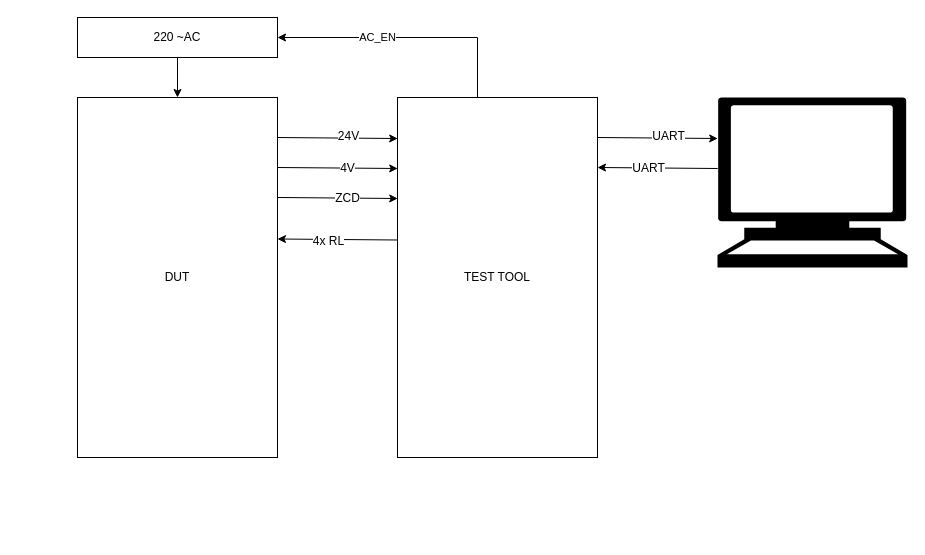
Above: Auto_test.drawio in anhvanthe/01_my_drawio (draw.io), before the change. Source tidied: cells renumbered, new cells numbered last; positions are measured from the earlier drawing's top-left corner, leaving out a move shared by most shapes. Both pictures are drawn from the tidied source at 100%, with x=0, y=0 at pixel (77, 17).
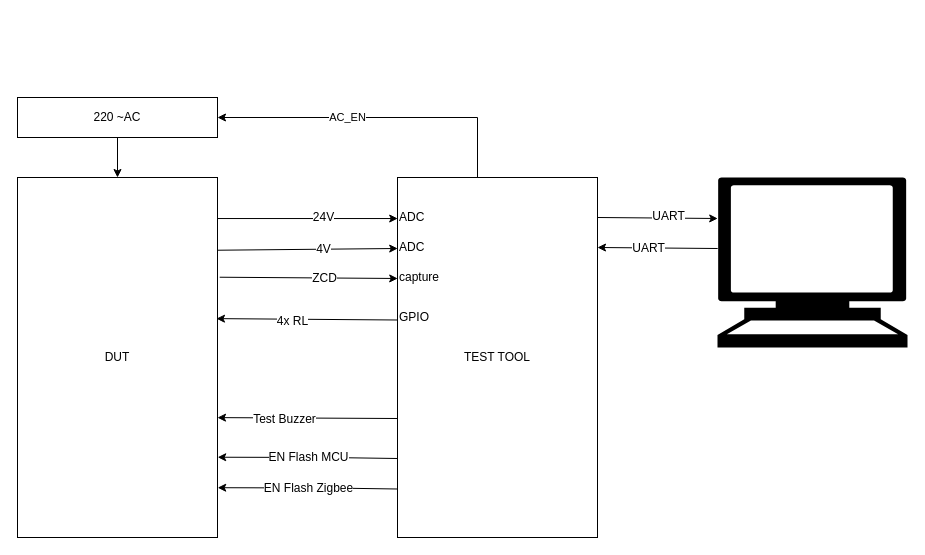
Above is the later version.

Change to the diagram source:
```diff
@@
     <mxCell id="2" value="DUT" style="rounded=0;whiteSpace=wrap;html=1;" parent="1" vertex="1">
-      <mxGeometry y="80" width="200" height="360" as="geometry" />
+      <mxGeometry x="-60" y="160" width="200" height="360" as="geometry" />
     </mxCell>
     <mxCell id="3" value="TEST TOOL" style="rounded=0;whiteSpace=wrap;html=1;" parent="1" vertex="1">
-      <mxGeometry x="320" y="80" width="200" height="360" as="geometry" />
+      <mxGeometry x="320" y="160" width="200" height="360" as="geometry" />
     </mxCell>
-    <mxCell id="4" style="endArrow=classic;html=1;entryX=0.001;entryY=0.114;entryDx=0;entryDy=0;entryPerimeter=0;" parent="1" edge="1" target="3">
-      <mxGeometry relative="1" as="geometry">
-        <mxPoint x="200" y="120" as="sourcePoint" />
-      </mxGeometry>
+    <mxCell id="4" style="endArrow=classic;html=1;entryX=0.001;entryY=0.114;entryDx=0;entryDy=0;entryPerimeter=0;exitX=1;exitY=0.114;exitDx=0;exitDy=0;exitPerimeter=0;" parent="1" edge="1" source="2" target="3">
+      <mxGeometry relative="1" as="geometry" />
     </mxCell>
@@
-    <mxCell id="6" style="endArrow=classic;html=1;entryX=0.001;entryY=0.114;entryDx=0;entryDy=0;entryPerimeter=0;" parent="1" edge="1">
+    <mxCell id="6" style="endArrow=classic;html=1;entryX=0.001;entryY=0.114;entryDx=0;entryDy=0;entryPerimeter=0;exitX=1.001;exitY=0.202;exitDx=0;exitDy=0;exitPerimeter=0;" parent="1" edge="1" source="2">
       <mxGeometry relative="1" as="geometry">
-        <mxPoint x="200" y="150" as="sourcePoint" />
-        <mxPoint x="320.2" y="151" as="targetPoint" />
+        <mxPoint x="320.2" y="231" as="targetPoint" />
       </mxGeometry>
     </mxCell>
@@
-    <mxCell id="8" style="endArrow=classic;html=1;entryX=0.001;entryY=0.114;entryDx=0;entryDy=0;entryPerimeter=0;" parent="1" edge="1">
+    <mxCell id="8" style="endArrow=classic;html=1;entryX=0.001;entryY=0.114;entryDx=0;entryDy=0;entryPerimeter=0;exitX=1.011;exitY=0.277;exitDx=0;exitDy=0;exitPerimeter=0;" parent="1" edge="1" source="2">
       <mxGeometry relative="1" as="geometry">
-        <mxPoint x="200" y="180" as="sourcePoint" />
-        <mxPoint x="320.2" y="181" as="targetPoint" />
+        <mxPoint x="320.2" y="261" as="targetPoint" />
       </mxGeometry>
     </mxCell>
@@
-    <mxCell id="10" style="endArrow=classic;html=1;entryX=0.001;entryY=0.114;entryDx=0;entryDy=0;entryPerimeter=0;" parent="1" edge="1">
+    <mxCell id="10" style="endArrow=classic;html=1;entryX=0.995;entryY=0.392;entryDx=0;entryDy=0;entryPerimeter=0;" parent="1" edge="1" target="2">
       <mxGeometry relative="1" as="geometry">
-        <mxPoint x="320.2" y="222.5" as="sourcePoint" />
-        <mxPoint x="200" y="221.5" as="targetPoint" />
+        <mxPoint x="320.2" y="302.5" as="sourcePoint" />
       </mxGeometry>
     </mxCell>
@@
     <mxCell id="13" value="220 ~AC" style="rounded=0;whiteSpace=wrap;html=1;" parent="1" vertex="1">
-      <mxGeometry width="200" height="40" as="geometry" />
+      <mxGeometry x="-60" y="80" width="200" height="40" as="geometry" />
     </mxCell>
     <mxCell id="14" value="AC_EN" style="endArrow=classic;html=1;entryX=1;entryY=0.5;entryDx=0;entryDy=0;" parent="1" edge="1" target="13">
       <mxGeometry relative="1" as="geometry">
-        <mxPoint x="400" y="20" as="sourcePoint" />
+        <mxPoint x="400" y="100" as="sourcePoint" />
       </mxGeometry>
     </mxCell>
     <mxCell id="15" style="endArrow=none;html=1;" parent="1" edge="1">
       <mxGeometry relative="1" as="geometry">
-        <mxPoint x="400" y="80" as="sourcePoint" />
-        <mxPoint x="400" y="20" as="targetPoint" />
+        <mxPoint x="400" y="160" as="sourcePoint" />
+        <mxPoint x="400" y="100" as="targetPoint" />
       </mxGeometry>
     </mxCell>
     <mxCell id="16" style="endArrow=classic;html=1;entryX=0.001;entryY=0.114;entryDx=0;entryDy=0;entryPerimeter=0;" parent="1" edge="1">
       <mxGeometry relative="1" as="geometry">
-        <mxPoint x="640.2" y="151" as="sourcePoint" />
-        <mxPoint x="520" y="150" as="targetPoint" />
+        <mxPoint x="640.2" y="231" as="sourcePoint" />
+        <mxPoint x="520" y="230" as="targetPoint" />
       </mxGeometry>
     </mxCell>
@@
     <mxCell id="18" style="endArrow=classic;html=1;entryX=0.001;entryY=0.114;entryDx=0;entryDy=0;entryPerimeter=0;" parent="1" edge="1">
       <mxGeometry relative="1" as="geometry">
-        <mxPoint x="520" y="120" as="sourcePoint" />
-        <mxPoint x="640.2" y="121" as="targetPoint" />
+        <mxPoint x="520" y="200" as="sourcePoint" />
+        <mxPoint x="640.2" y="201" as="targetPoint" />
       </mxGeometry>
     </mxCell>
@@
     <mxCell id="20" style="shape=mxgraph.signs.tech.computer;html=1;fillColor=#000000;strokeColor=none;verticalLabelPosition=bottom;verticalAlign=top;align=center;" parent="1" vertex="1">
-      <mxGeometry x="640" y="80" width="190" height="170" as="geometry" />
+      <mxGeometry x="640" y="160" width="190" height="170" as="geometry" />
     </mxCell>
+    <mxCell id="21" value="ADC" style="text;html=1;align=left;verticalAlign=top;spacingTop=-4;" parent="1" vertex="1">
+      <mxGeometry x="320" y="190" width="40" height="20" as="geometry" />
+    </mxCell>
+    <mxCell id="22" value="ADC" style="text;html=1;align=left;verticalAlign=top;spacingTop=-4;" parent="1" vertex="1">
+      <mxGeometry x="320" y="220" width="40" height="20" as="geometry" />
+    </mxCell>
+    <mxCell id="23" value="capture" style="text;html=1;align=left;verticalAlign=top;spacingTop=-4;" parent="1" vertex="1">
+      <mxGeometry x="320" y="250" width="60" height="20" as="geometry" />
+    </mxCell>
+    <mxCell id="24" value="GPIO" style="text;html=1;align=left;verticalAlign=top;spacingTop=-4;" parent="1" vertex="1">
+      <mxGeometry x="320" y="290" width="50" height="20" as="geometry" />
+    </mxCell>
+    <mxCell id="25" style="endArrow=classic;html=1;entryX=1;entryY=0.667;entryDx=0;entryDy=0;entryPerimeter=0;" parent="1" edge="1" target="2">
+      <mxGeometry relative="1" as="geometry">
+        <mxPoint x="320.2" y="401" as="sourcePoint" />
+      </mxGeometry>
+    </mxCell>
+    <mxCell id="26" value="Test Buzzer" style="text;html=1;align=center;verticalAlign=middle;labelBackgroundColor=#ffffff;" parent="25" vertex="1">
+      <mxGeometry x="0.27" y="1" relative="1" as="geometry" />
+    </mxCell>
+    <mxCell id="27" style="endArrow=classic;html=1;entryX=1.001;entryY=0.777;entryDx=0;entryDy=0;entryPerimeter=0;" parent="1" edge="1" target="2">
+      <mxGeometry relative="1" as="geometry">
+        <mxPoint x="320.2" y="441" as="sourcePoint" />
+        <Array as="points">
+          <mxPoint x="250" y="440" />
+        </Array>
+      </mxGeometry>
+    </mxCell>
+    <mxCell id="28" value="EN Flash MCU" style="text;html=1;align=center;verticalAlign=middle;labelBackgroundColor=#ffffff;" parent="27" vertex="1">
+      <mxGeometry x="0.27" y="1" relative="1" as="geometry">
+        <mxPoint x="24.5" y="-1" as="offset" />
+      </mxGeometry>
+    </mxCell>
+    <mxCell id="29" style="endArrow=classic;html=1;entryX=1.001;entryY=0.777;entryDx=0;entryDy=0;entryPerimeter=0;" parent="1" edge="1">
+      <mxGeometry relative="1" as="geometry">
+        <mxPoint x="320.2" y="471.5" as="sourcePoint" />
+        <mxPoint x="140.2" y="470.2" as="targetPoint" />
+        <Array as="points">
+          <mxPoint x="250" y="470.5" />
+        </Array>
+      </mxGeometry>
+    </mxCell>
+    <mxCell id="30" value="EN Flash Zigbee" style="text;html=1;align=center;verticalAlign=middle;labelBackgroundColor=#ffffff;" parent="29" vertex="1">
+      <mxGeometry x="0.27" y="1" relative="1" as="geometry">
+        <mxPoint x="24.5" y="-1" as="offset" />
+      </mxGeometry>
+    </mxCell>
```
